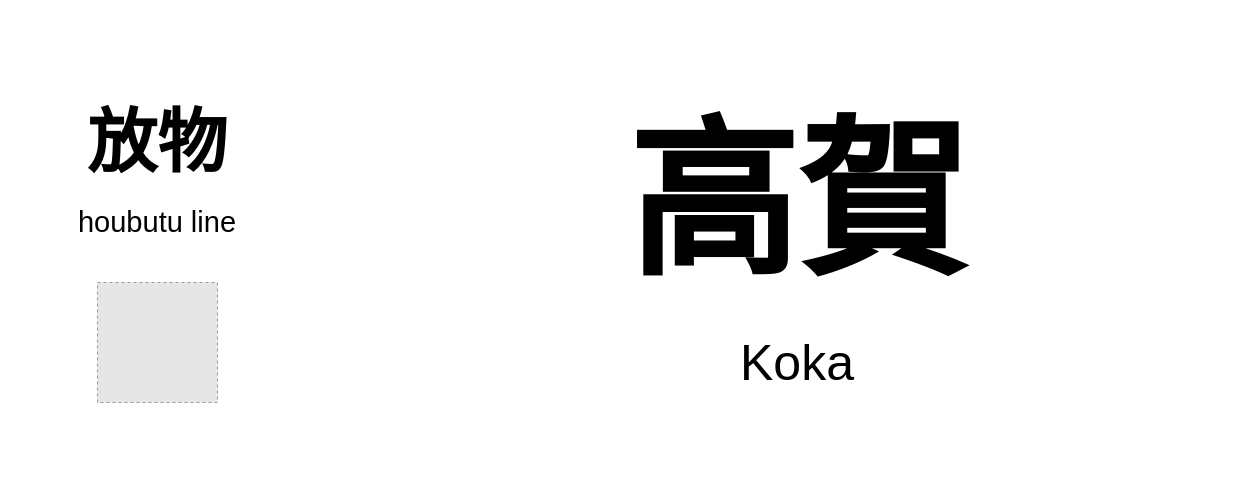
Earlier version of the draw.io diagram page "koka" (5 of 14) of 放物.drawio (chainsawsteel1/drawio-files). Source tidied: cells renumbered, new cells numbered last; positions are measured from the earlier drawing's top-left corner, leaving out a move shared by most shapes. Both pictures are drawn from the tidied source at 100%, with x=0, y=0 at pixel (17, 17). Pictures stored in the file or linked from it are replaced by grey dashed boxes.
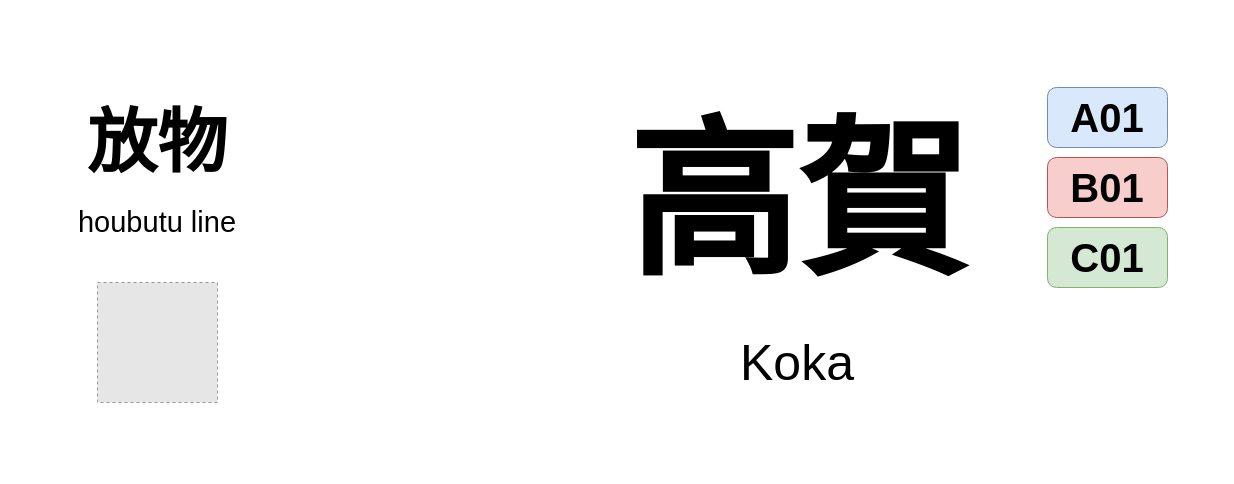
After the change.

Change to the diagram source:
```diff
@@
 <mxGraphModel>
   <root>
     <mxCell id="0" />
     <mxCell id="1" parent="0" />
     <mxCell id="2" value="&lt;font size=&quot;1&quot;&gt;&lt;b style=&quot;font-size: 70px;&quot;&gt;放物&lt;/b&gt;&lt;/font&gt;" style="text;html=1;align=center;verticalAlign=middle;whiteSpace=wrap;rounded=0;" parent="1" vertex="1">
       <mxGeometry x="40" y="85" width="200" height="80" as="geometry" />
     </mxCell>
     <mxCell id="3" value="&lt;font size=&quot;1&quot;&gt;&lt;b style=&quot;font-size: 170px;&quot;&gt;高賀&lt;/b&gt;&lt;/font&gt;" style="text;html=1;align=center;verticalAlign=middle;whiteSpace=wrap;rounded=0;" parent="1" vertex="1">
       <mxGeometry x="400" y="85" width="760" height="200" as="geometry" />
     </mxCell>
     <mxCell id="4" value="&lt;font style=&quot;font-size: 50px;&quot;&gt;Koka&lt;/font&gt;" style="text;html=1;align=center;verticalAlign=middle;whiteSpace=wrap;rounded=0;" parent="1" vertex="1">
       <mxGeometry x="400" y="305" width="760" height="80" as="geometry" />
     </mxCell>
     <mxCell id="5" value="&lt;font style=&quot;font-size: 29px;&quot;&gt;houbutu line&lt;br&gt;&lt;/font&gt;" style="text;html=1;align=center;verticalAlign=middle;whiteSpace=wrap;rounded=0;" parent="1" vertex="1">
       <mxGeometry x="40" y="185" width="200" height="40" as="geometry" />
     </mxCell>
     <mxCell id="6" style="fillColor=#E6E6E6;strokeColor=#999999;dashed=1;verticalLabelPosition=bottom;labelBackgroundColor=default;verticalAlign=top;" parent="1" vertex="1">
       <mxGeometry x="80" y="265" width="120" height="120" as="geometry" />
     </mxCell>
     <mxCell id="7" value="&amp;nbsp;" style="text;html=1;align=center;verticalAlign=middle;whiteSpace=wrap;rounded=0;" parent="1" vertex="1">
       <mxGeometry y="430" width="1200" height="20" as="geometry" />
     </mxCell>
     <mxCell id="8" value="&amp;nbsp;" style="text;html=1;align=center;verticalAlign=middle;whiteSpace=wrap;rounded=0;" parent="1" vertex="1">
       <mxGeometry width="1200" height="20" as="geometry" />
     </mxCell>
+    <mxCell id="9" value="&lt;font size=&quot;1&quot;&gt;&lt;b&gt;&lt;font style=&quot;font-size: 40px;&quot;&gt;A01&lt;/font&gt;&lt;/b&gt;&lt;/font&gt;" style="rounded=1;whiteSpace=wrap;html=1;fillColor=#dae8fc;strokeColor=#6c8ebf;" parent="1" vertex="1">
+      <mxGeometry x="1030" y="70" width="120" height="60" as="geometry" />
+    </mxCell>
+    <mxCell id="10" value="&lt;font size=&quot;1&quot;&gt;&lt;b&gt;&lt;font style=&quot;font-size: 40px;&quot;&gt;B01&lt;/font&gt;&lt;/b&gt;&lt;/font&gt;" style="rounded=1;whiteSpace=wrap;html=1;fillColor=#f8cecc;strokeColor=#b85450;" parent="1" vertex="1">
+      <mxGeometry x="1030" y="140" width="120" height="60" as="geometry" />
+    </mxCell>
+    <mxCell id="11" value="&lt;font size=&quot;1&quot;&gt;&lt;b&gt;&lt;font style=&quot;font-size: 40px;&quot;&gt;C01&lt;/font&gt;&lt;/b&gt;&lt;/font&gt;" style="rounded=1;whiteSpace=wrap;html=1;fillColor=#d5e8d4;strokeColor=#82b366;" parent="1" vertex="1">
+      <mxGeometry x="1030" y="210" width="120" height="60" as="geometry" />
+    </mxCell>
   </root>
 </mxGraphModel>
```
